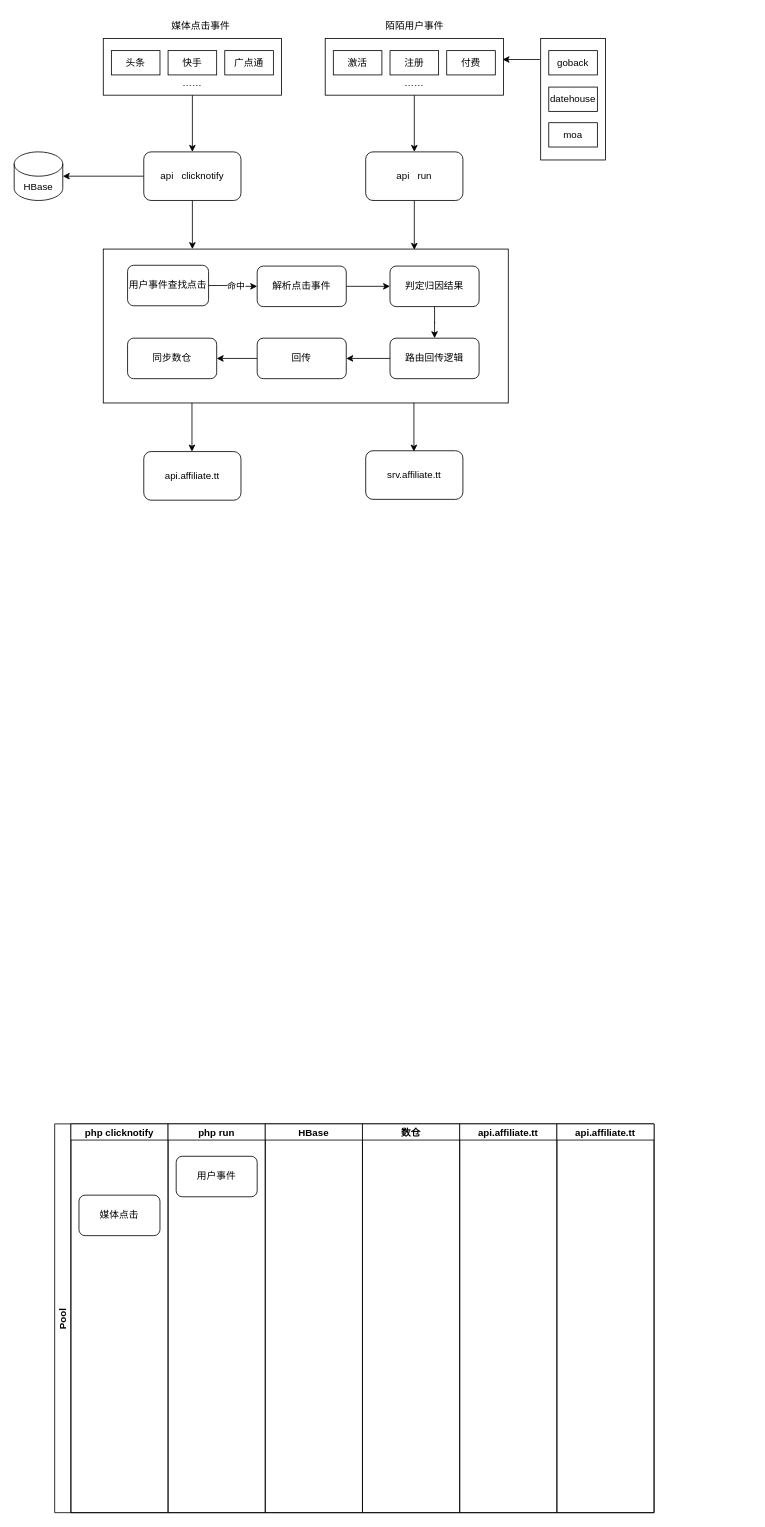
The draw.io diagram 归因融合.drawio in LiErhua/draw.io, before the edit. Source tidied: cells renumbered, new cells numbered last; positions are measured from the earlier drawing's top-left corner, leaving out a move shared by most shapes. Both pictures are drawn from the tidied source at 81%, with x=0, y=0 at pixel (14, 14).
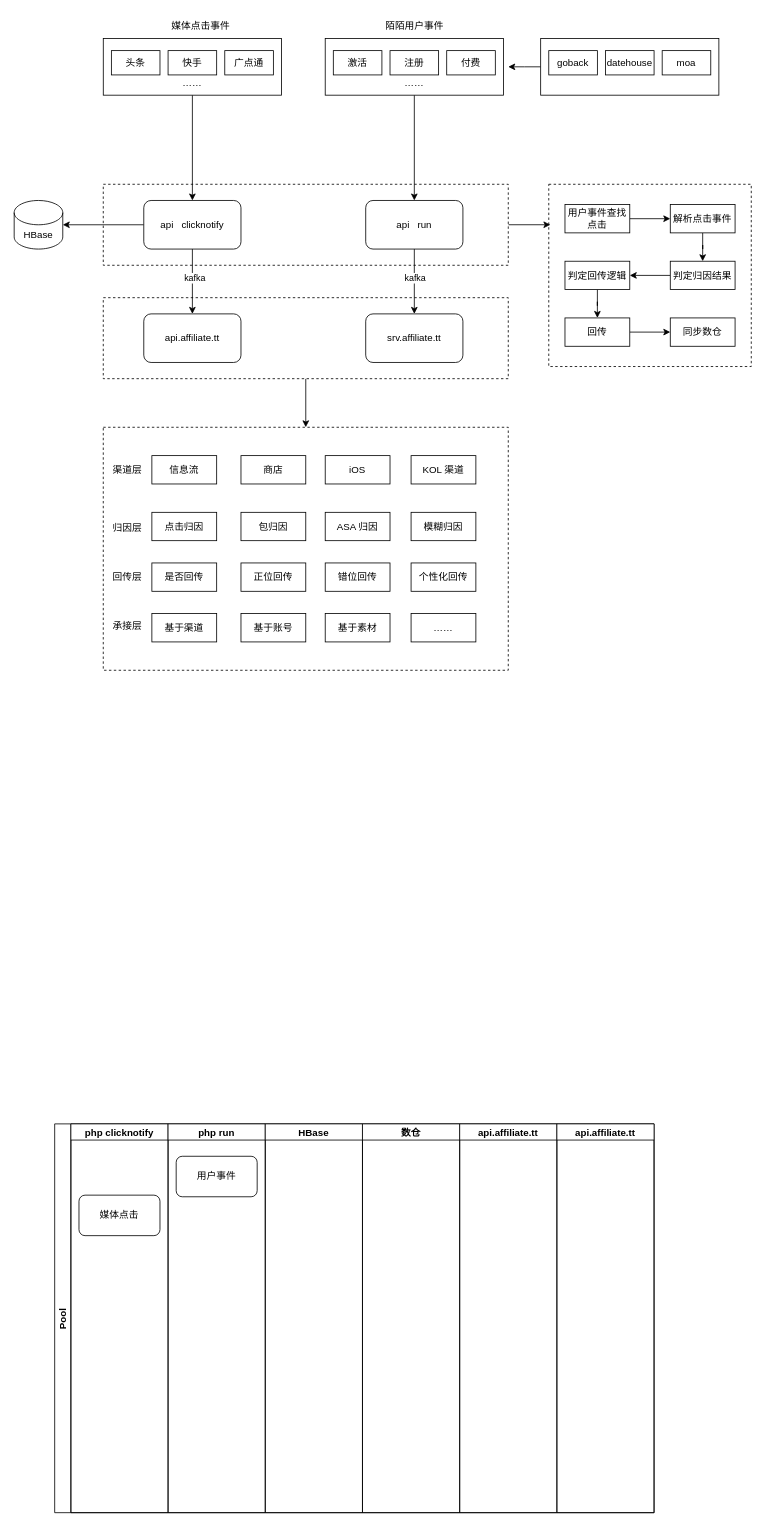
After the change.

Commit message:
更新归因融合.drawio

The change refers to these unchanged cells:
```xml
<mxCell id="15" style="rounded=0;whiteSpace=wrap;html=1;" parent="1" vertex="1">
  <mxGeometry x="384" y="30" width="220" height="70" as="geometry" />
</mxCell>
```

Diff of the diagram source:
```diff
@@
+    <mxCell id="53" style="rounded=0;whiteSpace=wrap;html=1;dashed=1;" parent="1" vertex="1">
+      <mxGeometry x="660" y="210" width="250" height="225" as="geometry" />
+    </mxCell>
+    <mxCell id="54" style="edgeStyle=orthogonalEdgeStyle;rounded=0;jettySize=auto;html=1;entryX=0.5;entryY=0;entryDx=0;entryDy=0;" parent="1" edge="1" source="55" target="63">
+      <mxGeometry relative="1" as="geometry" />
+    </mxCell>
+    <mxCell id="55" style="rounded=0;whiteSpace=wrap;html=1;dashed=1;" parent="1" vertex="1">
+      <mxGeometry x="110" y="350" width="500" height="100" as="geometry" />
+    </mxCell>
+    <mxCell id="56" style="edgeStyle=orthogonalEdgeStyle;rounded=0;jettySize=auto;html=1;entryX=0.008;entryY=0.222;entryDx=0;entryDy=0;entryPerimeter=0;" parent="1" edge="1" source="57" target="53">
+      <mxGeometry relative="1" as="geometry" />
+    </mxCell>
+    <mxCell id="57" style="rounded=0;whiteSpace=wrap;html=1;dashed=1;" parent="1" vertex="1">
+      <mxGeometry x="110" y="210" width="500" height="100" as="geometry" />
+    </mxCell>
@@
-    <mxCell id="5" style="edgeStyle=orthogonalEdgeStyle;rounded=0;jettySize=auto;html=1;entryX=0.22;entryY=0;entryDx=0;entryDy=0;entryPerimeter=0;" parent="1" edge="1" source="6" target="27">
-      <mxGeometry relative="1" as="geometry" />
-    </mxCell>
+    <mxCell id="58" style="edgeStyle=orthogonalEdgeStyle;rounded=0;jettySize=auto;html=1;" parent="1" edge="1" source="6" target="49">
+      <mxGeometry relative="1" as="geometry" />
+    </mxCell>
+    <mxCell id="59" value="kafka" style="edgeLabel;html=1;align=center;verticalAlign=middle;" parent="58" vertex="1">
+      <mxGeometry x="-0.12" y="2" relative="1" as="geometry" />
+    </mxCell>
     <mxCell id="6" value="api&amp;nbsp; &amp;nbsp;clicknotify" style="rounded=1;whiteSpace=wrap;html=1;" parent="1" vertex="1">
-      <mxGeometry x="160" y="170" width="120" height="60" as="geometry" />
+      <mxGeometry x="160" y="230" width="120" height="60" as="geometry" />
     </mxCell>
-    <mxCell id="7" style="edgeStyle=orthogonalEdgeStyle;rounded=0;jettySize=auto;html=1;entryX=0.768;entryY=0.005;entryDx=0;entryDy=0;entryPerimeter=0;" parent="1" edge="1" source="8" target="27">
-      <mxGeometry relative="1" as="geometry" />
-    </mxCell>
+    <mxCell id="60" style="edgeStyle=orthogonalEdgeStyle;rounded=0;jettySize=auto;html=1;" parent="1" edge="1" source="8" target="50">
+      <mxGeometry relative="1" as="geometry" />
+    </mxCell>
+    <mxCell id="61" value="kafka" style="edgeLabel;html=1;align=center;verticalAlign=middle;" parent="60" vertex="1">
+      <mxGeometry x="-0.12" relative="1" as="geometry" />
+    </mxCell>
     <mxCell id="8" value="api&amp;nbsp; &amp;nbsp;run" style="rounded=1;whiteSpace=wrap;html=1;" parent="1" vertex="1">
-      <mxGeometry x="434" y="170" width="120" height="60" as="geometry" />
+      <mxGeometry x="434" y="230" width="120" height="60" as="geometry" />
     </mxCell>
@@
+    <mxCell id="62" style="edgeStyle=orthogonalEdgeStyle;rounded=0;jettySize=auto;html=1;" parent="1" edge="1" source="19">
+      <mxGeometry relative="1" as="geometry">
+        <mxPoint x="610" y="65" as="targetPoint" />
+      </mxGeometry>
+    </mxCell>
     <mxCell id="19" style="rounded=0;whiteSpace=wrap;html=1;" parent="1" vertex="1">
-      <mxGeometry x="650" y="30" width="80" height="150" as="geometry" />
+      <mxGeometry x="650" y="30" width="220" height="70" as="geometry" />
     </mxCell>
@@
     <mxCell id="21" value="datehouse" style="rounded=0;whiteSpace=wrap;html=1;" parent="1" vertex="1">
-      <mxGeometry x="660" y="90" width="60" height="30" as="geometry" />
+      <mxGeometry x="730" y="45" width="60" height="30" as="geometry" />
     </mxCell>
     <mxCell id="22" value="moa" style="rounded=0;whiteSpace=wrap;html=1;" parent="1" vertex="1">
-      <mxGeometry x="660" y="134" width="60" height="30" as="geometry" />
+      <mxGeometry x="800" y="45" width="60" height="30" as="geometry" />
     </mxCell>
@@
-    <mxCell id="25" style="endArrow=classic;html=1;rounded=0;exitX=-0.012;exitY=0.173;exitDx=0;exitDy=0;exitPerimeter=0;entryX=0.995;entryY=0.371;entryDx=0;entryDy=0;entryPerimeter=0;" parent="1" edge="1" source="19" target="15">
-      <mxGeometry relative="1" as="geometry" />
-    </mxCell>
     <mxCell id="26" value="HBase" style="shape=cylinder3;whiteSpace=wrap;html=1;boundedLbl=1;backgroundOutline=1;size=15;" parent="1" vertex="1">
-      <mxGeometry y="170" width="60" height="60" as="geometry" />
+      <mxGeometry y="230" width="60" height="60" as="geometry" />
     </mxCell>
-    <mxCell id="27" style="rounded=0;whiteSpace=wrap;html=1;" parent="1" vertex="1">
-      <mxGeometry x="110" y="290" width="500" height="190" as="geometry" />
-    </mxCell>
-    <mxCell id="28" style="edgeStyle=orthogonalEdgeStyle;rounded=0;jettySize=auto;html=1;" parent="1" edge="1" source="30" target="32">
-      <mxGeometry relative="1" as="geometry" />
-    </mxCell>
-    <mxCell id="29" value="命中" style="edgeLabel;html=1;align=center;verticalAlign=middle;" parent="28" vertex="1">
-      <mxGeometry x="0.1" y="1" relative="1" as="geometry" />
-    </mxCell>
-    <mxCell id="30" value="用户事件查找点击" style="rounded=1;whiteSpace=wrap;html=1;" parent="1" vertex="1">
-      <mxGeometry x="140" y="310" width="100" height="50" as="geometry" />
-    </mxCell>
-    <mxCell id="31" style="edgeStyle=orthogonalEdgeStyle;rounded=0;jettySize=auto;html=1;" parent="1" edge="1" source="32" target="34">
-      <mxGeometry relative="1" as="geometry" />
-    </mxCell>
-    <mxCell id="32" value="解析点击事件" style="rounded=1;whiteSpace=wrap;html=1;" parent="1" vertex="1">
-      <mxGeometry x="300" y="311" width="110" height="50" as="geometry" />
-    </mxCell>
-    <mxCell id="33" style="edgeStyle=orthogonalEdgeStyle;rounded=0;jettySize=auto;html=1;" parent="1" edge="1" source="34" target="36">
-      <mxGeometry relative="1" as="geometry" />
-    </mxCell>
-    <mxCell id="34" value="判定归因结果" style="rounded=1;whiteSpace=wrap;html=1;" parent="1" vertex="1">
-      <mxGeometry x="464" y="311" width="110" height="50" as="geometry" />
-    </mxCell>
-    <mxCell id="35" style="edgeStyle=orthogonalEdgeStyle;rounded=0;jettySize=auto;html=1;" parent="1" edge="1" source="36" target="38">
-      <mxGeometry relative="1" as="geometry" />
-    </mxCell>
-    <mxCell id="36" value="路由回传逻辑" style="rounded=1;whiteSpace=wrap;html=1;" parent="1" vertex="1">
-      <mxGeometry x="464" y="400" width="110" height="50" as="geometry" />
-    </mxCell>
-    <mxCell id="37" style="edgeStyle=orthogonalEdgeStyle;rounded=0;jettySize=auto;html=1;" parent="1" edge="1" source="38" target="39">
-      <mxGeometry relative="1" as="geometry" />
-    </mxCell>
-    <mxCell id="38" value="回传" style="rounded=1;whiteSpace=wrap;html=1;" parent="1" vertex="1">
-      <mxGeometry x="300" y="400" width="110" height="50" as="geometry" />
-    </mxCell>
-    <mxCell id="39" value="同步数仓" style="rounded=1;whiteSpace=wrap;html=1;" parent="1" vertex="1">
-      <mxGeometry x="140" y="400" width="110" height="50" as="geometry" />
-    </mxCell>
@@
     <mxCell id="49" value="api.affiliate.tt" style="rounded=1;whiteSpace=wrap;html=1;" parent="1" vertex="1">
-      <mxGeometry x="160" y="540" width="120" height="60" as="geometry" />
+      <mxGeometry x="160" y="370" width="120" height="60" as="geometry" />
     </mxCell>
     <mxCell id="50" value="srv.affiliate.tt" style="rounded=1;whiteSpace=wrap;html=1;" parent="1" vertex="1">
-      <mxGeometry x="434" y="539" width="120" height="60" as="geometry" />
+      <mxGeometry x="434" y="370" width="120" height="60" as="geometry" />
     </mxCell>
-    <mxCell id="51" style="edgeStyle=orthogonalEdgeStyle;rounded=0;orthogonalLoop=1;jettySize=auto;html=1;entryX=0.22;entryY=0;entryDx=0;entryDy=0;entryPerimeter=0;" parent="1" edge="1">
-      <mxGeometry relative="1" as="geometry">
-        <mxPoint x="219.5" y="480" as="sourcePoint" />
-        <mxPoint x="219.5" y="540" as="targetPoint" />
-      </mxGeometry>
-    </mxCell>
-    <mxCell id="52" style="edgeStyle=orthogonalEdgeStyle;rounded=0;orthogonalLoop=1;jettySize=auto;html=1;entryX=0.22;entryY=0;entryDx=0;entryDy=0;entryPerimeter=0;" parent="1" edge="1">
-      <mxGeometry relative="1" as="geometry">
-        <mxPoint x="493.5" y="480" as="sourcePoint" />
-        <mxPoint x="493.5" y="540" as="targetPoint" />
-      </mxGeometry>
-    </mxCell>
+    <mxCell id="63" style="rounded=0;whiteSpace=wrap;html=1;dashed=1;" parent="1" vertex="1">
+      <mxGeometry x="110" y="510" width="500" height="300" as="geometry" />
+    </mxCell>
+    <mxCell id="64" value="信息流" style="rounded=0;whiteSpace=wrap;html=1;" parent="1" vertex="1">
+      <mxGeometry x="170" y="545" width="80" height="35" as="geometry" />
+    </mxCell>
+    <mxCell id="65" value="渠道层" style="text;html=1;strokeColor=none;fillColor=none;align=center;verticalAlign=middle;whiteSpace=wrap;rounded=0;" parent="1" vertex="1">
+      <mxGeometry x="110" y="547.5" width="60" height="30" as="geometry" />
+    </mxCell>
+    <mxCell id="66" value="商店" style="rounded=0;whiteSpace=wrap;html=1;" parent="1" vertex="1">
+      <mxGeometry x="280" y="545" width="80" height="35" as="geometry" />
+    </mxCell>
+    <mxCell id="67" value="iOS" style="rounded=0;whiteSpace=wrap;html=1;" parent="1" vertex="1">
+      <mxGeometry x="384" y="545" width="80" height="35" as="geometry" />
+    </mxCell>
+    <mxCell id="68" value="KOL 渠道" style="rounded=0;whiteSpace=wrap;html=1;" parent="1" vertex="1">
+      <mxGeometry x="490" y="545" width="80" height="35" as="geometry" />
+    </mxCell>
+    <mxCell id="69" value="归因层" style="text;html=1;strokeColor=none;fillColor=none;align=center;verticalAlign=middle;whiteSpace=wrap;rounded=0;" parent="1" vertex="1">
+      <mxGeometry x="110" y="620" width="60" height="30" as="geometry" />
+    </mxCell>
+    <mxCell id="70" value="点击归因" style="rounded=0;whiteSpace=wrap;html=1;" parent="1" vertex="1">
+      <mxGeometry x="170" y="615" width="80" height="35" as="geometry" />
+    </mxCell>
+    <mxCell id="71" value="包归因" style="rounded=0;whiteSpace=wrap;html=1;" parent="1" vertex="1">
+      <mxGeometry x="280" y="615" width="80" height="35" as="geometry" />
+    </mxCell>
+    <mxCell id="72" value="ASA 归因" style="rounded=0;whiteSpace=wrap;html=1;" parent="1" vertex="1">
+      <mxGeometry x="384" y="615" width="80" height="35" as="geometry" />
+    </mxCell>
+    <mxCell id="73" value="模糊归因" style="rounded=0;whiteSpace=wrap;html=1;" parent="1" vertex="1">
+      <mxGeometry x="490" y="615" width="80" height="35" as="geometry" />
+    </mxCell>
+    <mxCell id="74" value="回传层" style="text;html=1;strokeColor=none;fillColor=none;align=center;verticalAlign=middle;whiteSpace=wrap;rounded=0;" parent="1" vertex="1">
+      <mxGeometry x="110" y="680" width="60" height="30" as="geometry" />
+    </mxCell>
+    <mxCell id="75" value="是否回传" style="rounded=0;whiteSpace=wrap;html=1;" parent="1" vertex="1">
+      <mxGeometry x="170" y="677.5" width="80" height="35" as="geometry" />
+    </mxCell>
+    <mxCell id="76" value="正位回传" style="rounded=0;whiteSpace=wrap;html=1;" parent="1" vertex="1">
+      <mxGeometry x="280" y="677.5" width="80" height="35" as="geometry" />
+    </mxCell>
+    <mxCell id="77" value="错位回传" style="rounded=0;whiteSpace=wrap;html=1;" parent="1" vertex="1">
+      <mxGeometry x="384" y="677.5" width="80" height="35" as="geometry" />
+    </mxCell>
+    <mxCell id="78" value="个性化回传" style="rounded=0;whiteSpace=wrap;html=1;" parent="1" vertex="1">
+      <mxGeometry x="490" y="677.5" width="80" height="35" as="geometry" />
+    </mxCell>
+    <mxCell id="79" value="承接层" style="text;html=1;strokeColor=none;fillColor=none;align=center;verticalAlign=middle;whiteSpace=wrap;rounded=0;" parent="1" vertex="1">
+      <mxGeometry x="110" y="740" width="60" height="30" as="geometry" />
+    </mxCell>
+    <mxCell id="80" value="基于渠道" style="rounded=0;whiteSpace=wrap;html=1;" parent="1" vertex="1">
+      <mxGeometry x="170" y="740" width="80" height="35" as="geometry" />
+    </mxCell>
+    <mxCell id="81" value="基于账号" style="rounded=0;whiteSpace=wrap;html=1;" parent="1" vertex="1">
+      <mxGeometry x="280" y="740" width="80" height="35" as="geometry" />
+    </mxCell>
+    <mxCell id="82" value="基于素材" style="rounded=0;whiteSpace=wrap;html=1;" parent="1" vertex="1">
+      <mxGeometry x="384" y="740" width="80" height="35" as="geometry" />
+    </mxCell>
+    <mxCell id="83" value="……" style="rounded=0;whiteSpace=wrap;html=1;" parent="1" vertex="1">
+      <mxGeometry x="490" y="740" width="80" height="35" as="geometry" />
+    </mxCell>
+    <mxCell id="28" style="edgeStyle=orthogonalEdgeStyle;rounded=0;jettySize=auto;html=1;entryX=0;entryY=0.5;entryDx=0;entryDy=0;" parent="1" edge="1" source="30" target="32">
+      <mxGeometry relative="1" as="geometry" />
+    </mxCell>
+    <mxCell id="30" value="用户事件查找点击" style="rounded=0;whiteSpace=wrap;html=1;" parent="1" vertex="1">
+      <mxGeometry x="680" y="235" width="80" height="35" as="geometry" />
+    </mxCell>
+    <mxCell id="31" style="edgeStyle=orthogonalEdgeStyle;rounded=0;jettySize=auto;html=1;entryX=0.5;entryY=0;entryDx=0;entryDy=0;" parent="1" edge="1" source="32" target="34">
+      <mxGeometry relative="1" as="geometry" />
+    </mxCell>
+    <mxCell id="32" value="解析点击事件" style="rounded=0;whiteSpace=wrap;html=1;" parent="1" vertex="1">
+      <mxGeometry x="810" y="235" width="80" height="35" as="geometry" />
+    </mxCell>
+    <mxCell id="84" style="edgeStyle=orthogonalEdgeStyle;rounded=0;jettySize=auto;html=1;entryX=1;entryY=0.5;entryDx=0;entryDy=0;" parent="1" edge="1" source="34" target="86">
+      <mxGeometry relative="1" as="geometry" />
+    </mxCell>
+    <mxCell id="34" value="判定归因结果" style="rounded=0;whiteSpace=wrap;html=1;" parent="1" vertex="1">
+      <mxGeometry x="810" y="305" width="80" height="35" as="geometry" />
+    </mxCell>
+    <mxCell id="85" style="edgeStyle=orthogonalEdgeStyle;rounded=0;jettySize=auto;html=1;entryX=0.5;entryY=0;entryDx=0;entryDy=0;" parent="1" edge="1" source="86" target="38">
+      <mxGeometry relative="1" as="geometry" />
+    </mxCell>
+    <mxCell id="86" value="判定回传逻辑" style="rounded=0;whiteSpace=wrap;html=1;" parent="1" vertex="1">
+      <mxGeometry x="680" y="305" width="80" height="35" as="geometry" />
+    </mxCell>
+    <mxCell id="37" style="edgeStyle=orthogonalEdgeStyle;rounded=0;jettySize=auto;html=1;entryX=0;entryY=0.5;entryDx=0;entryDy=0;" parent="1" edge="1" source="38" target="39">
+      <mxGeometry relative="1" as="geometry" />
+    </mxCell>
+    <mxCell id="38" value="回传" style="rounded=0;whiteSpace=wrap;html=1;" parent="1" vertex="1">
+      <mxGeometry x="680" y="375" width="80" height="35" as="geometry" />
+    </mxCell>
+    <mxCell id="39" value="同步数仓" style="rounded=0;whiteSpace=wrap;html=1;" parent="1" vertex="1">
+      <mxGeometry x="810" y="375" width="80" height="35" as="geometry" />
+    </mxCell>
```
